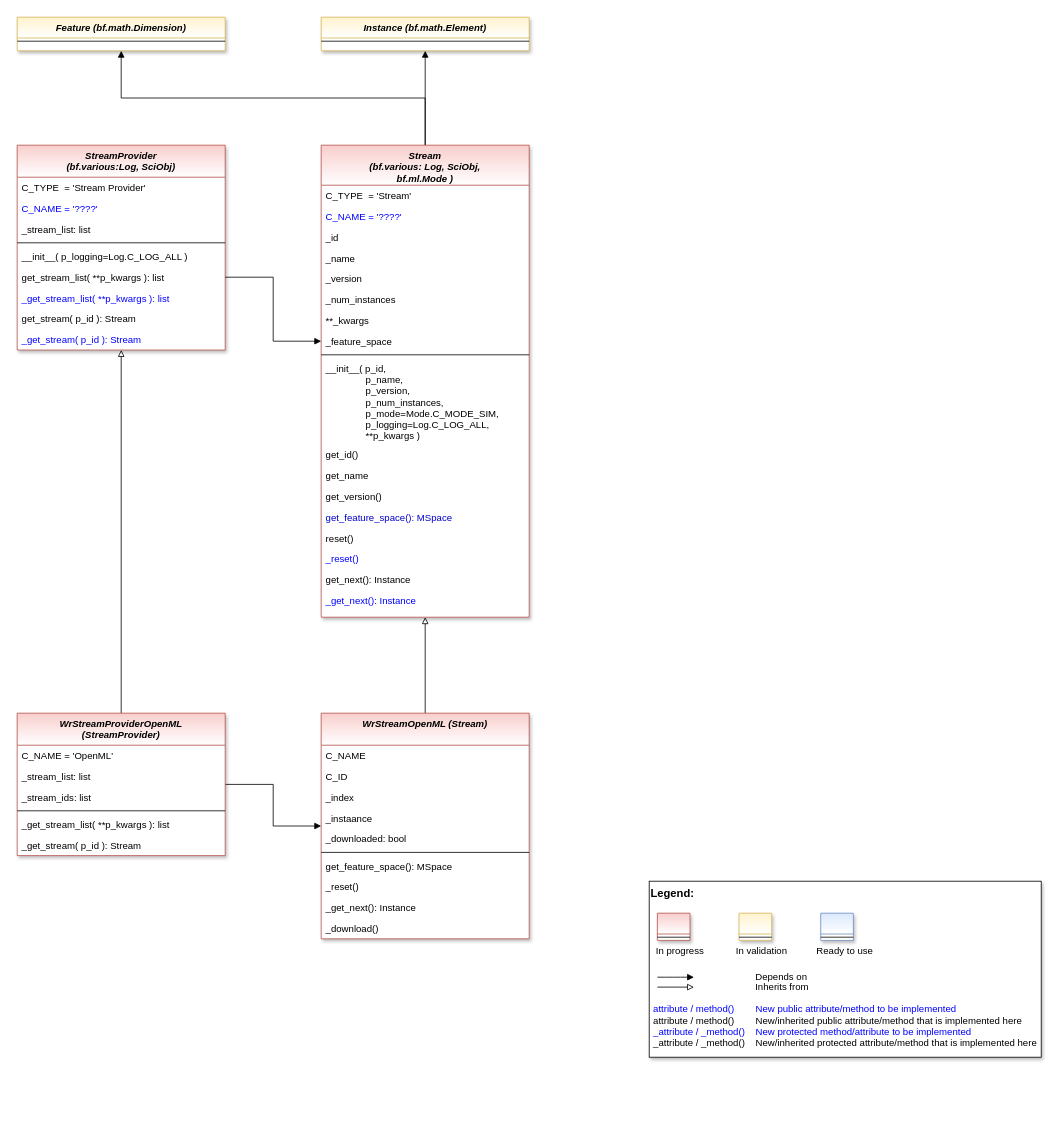
Before: doc/rtd/content/append2/core/images/oa/MLPro-OA-Streams_class_diagram.drawio in fhswf/MLPro, a draw.io diagram. Source tidied: cells renumbered, new cells numbered last; positions are measured from the earlier drawing's top-left corner, leaving out a move shared by most shapes. Both pictures are drawn from the tidied source at 80%, with x=0, y=0 at pixel (17, 17).
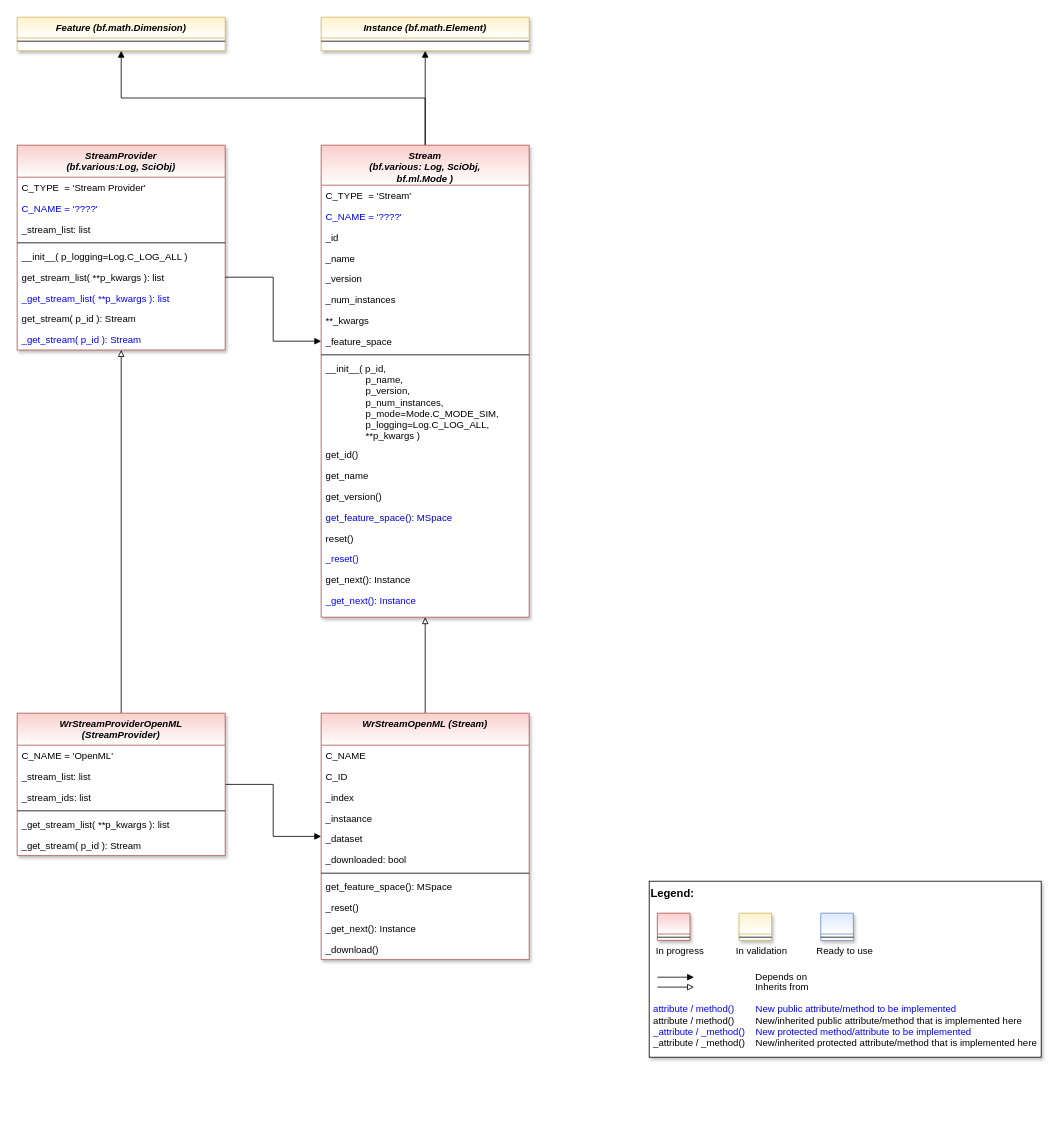
After the change.

Diff of the diagram source:
```diff
@@
     <mxCell id="58" value="WrStreamOpenML (Stream)" style="swimlane;fontStyle=3;align=center;verticalAlign=top;horizontal=1;startSize=40;rounded=0;shadow=1;strokeWidth=1;fillColor=#f8cecc;strokeColor=#b85450;swimlaneFillColor=#ffffff;gradientColor=#ffffff;" parent="1" vertex="1">
-      <mxGeometry x="380" y="870" width="260" height="282" as="geometry" />
+      <mxGeometry x="380" y="870" width="260" height="308" as="geometry" />
     </mxCell>
@@
+    <mxCell id="69" value="_dataset" style="text;align=left;verticalAlign=top;spacingLeft=4;spacingRight=4;overflow=hidden;fontColor=default;" parent="58" vertex="1">
+      <mxGeometry y="144" width="260" height="26" as="geometry" />
+    </mxCell>
     <mxCell id="63" value="_downloaded: bool" style="text;align=left;verticalAlign=top;spacingLeft=4;spacingRight=4;overflow=hidden;fontColor=default;" parent="58" vertex="1">
-      <mxGeometry y="144" width="260" height="26" as="geometry" />
+      <mxGeometry y="170" width="260" height="26" as="geometry" />
     </mxCell>
     <mxCell id="64" style="line;html=1;strokeWidth=1;align=left;verticalAlign=middle;spacingTop=-1;spacingLeft=3;spacingRight=3;labelPosition=right;" parent="58" vertex="1">
-      <mxGeometry y="170" width="260" height="8" as="geometry" />
+      <mxGeometry y="196" width="260" height="8" as="geometry" />
     </mxCell>
     <mxCell id="65" value="get_feature_space(): MSpace" style="text;align=left;verticalAlign=top;spacingLeft=4;spacingRight=4;overflow=hidden;fontColor=default;" parent="58" vertex="1">
-      <mxGeometry y="178" width="260" height="26" as="geometry" />
+      <mxGeometry y="204" width="260" height="26" as="geometry" />
     </mxCell>
     <mxCell id="66" value="_reset()" style="text;align=left;verticalAlign=top;spacingLeft=4;spacingRight=4;overflow=hidden;fontColor=default;" parent="58" vertex="1">
-      <mxGeometry y="204" width="260" height="26" as="geometry" />
+      <mxGeometry y="230" width="260" height="26" as="geometry" />
     </mxCell>
     <mxCell id="67" value="_get_next(): Instance" style="text;align=left;verticalAlign=top;spacingLeft=4;spacingRight=4;overflow=hidden;fontColor=default;" parent="58" vertex="1">
-      <mxGeometry y="230" width="260" height="26" as="geometry" />
+      <mxGeometry y="256" width="260" height="26" as="geometry" />
     </mxCell>
     <mxCell id="68" value="_download()" style="text;align=left;verticalAlign=top;spacingLeft=4;spacingRight=4;overflow=hidden;fontColor=default;" parent="58" vertex="1">
-      <mxGeometry y="256" width="260" height="26" as="geometry" />
+      <mxGeometry y="282" width="260" height="26" as="geometry" />
     </mxCell>
```
